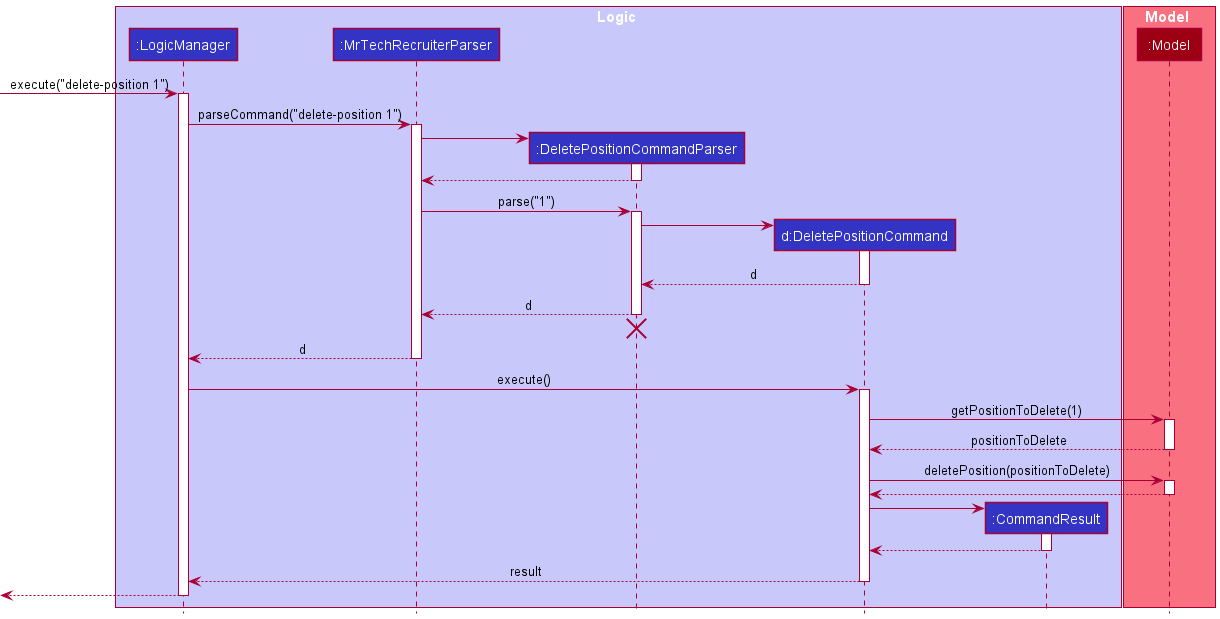
Earlier version of the PlantUML export docs/images/DeleteSequenceDiagram.png (nus-cs2103-AY2122S1/tp).
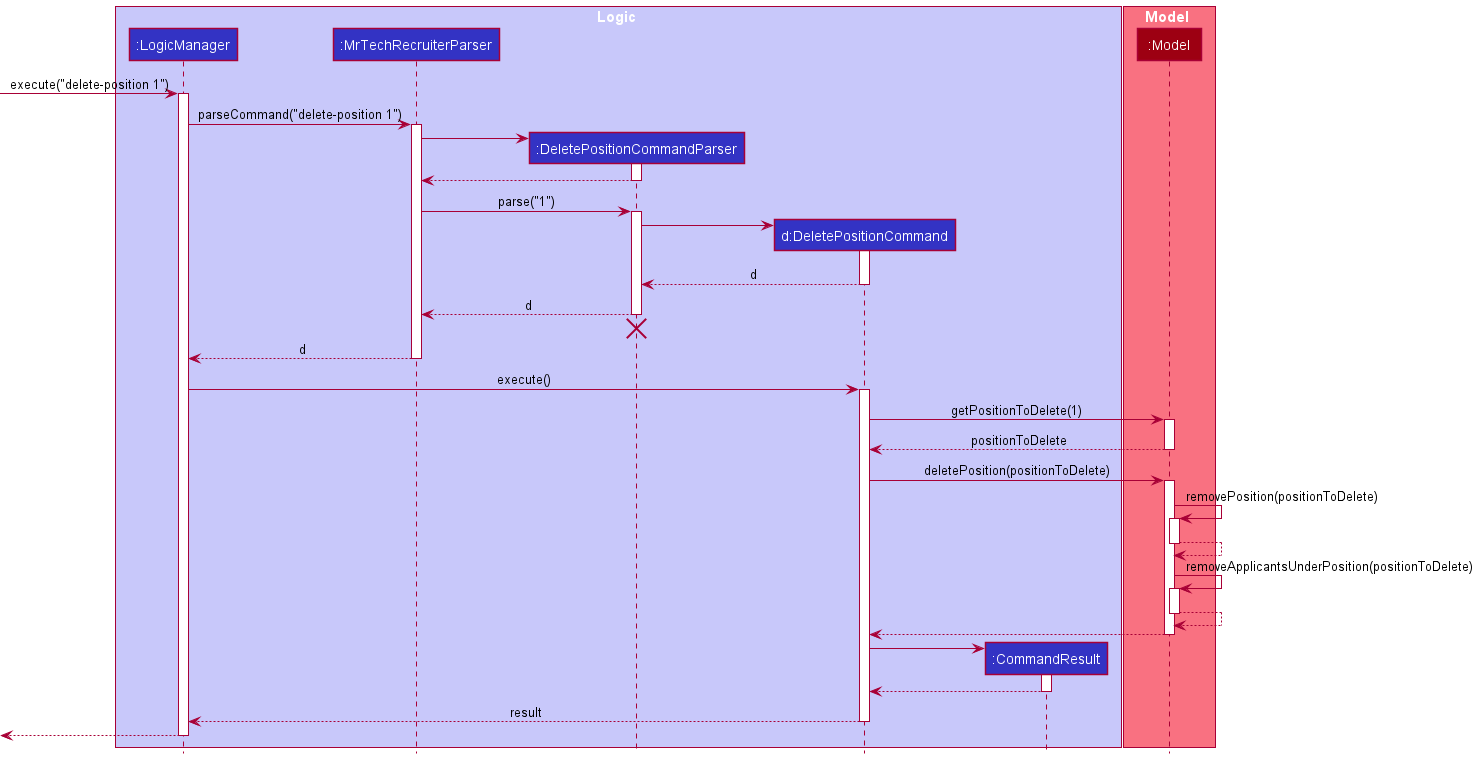
After the commit.

Commit message:
Minor tweaks to the delete position sequence diagram

Change to the diagram source:
```diff
@@ -54,6 +54,15 @@
 
 DeletePositionCommand -> Model : deletePosition(positionToDelete)
 activate Model
+Model -> Model : removePosition(positionToDelete)
+activate Model
+Model --> Model
+deactivate Model
+
+Model -> Model : removeApplicantsUnderPosition(positionToDelete)
+activate Model
+Model --> Model
+deactivate Model
 
 Model --> DeletePositionCommand
 deactivate Model
```
